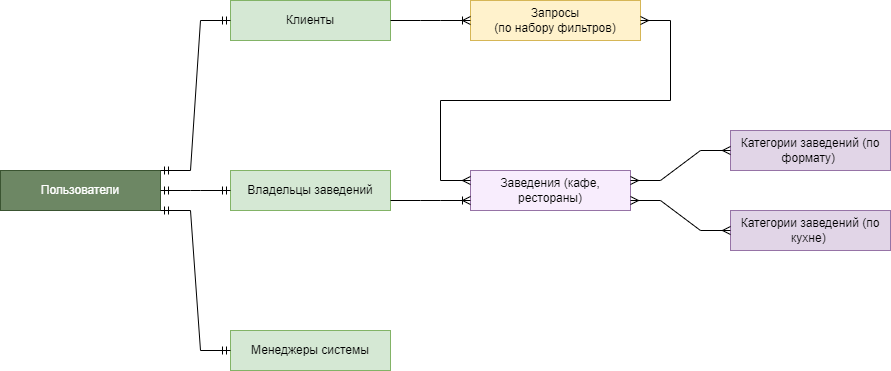
The draw.io diagram Диаграмма без названия.drawio.png in nastyakaraman/system-analysis, before a commit. Source tidied: cells renumbered, new cells last; positions are measured from the earlier drawing's top-left corner, leaving out a move shared by most shapes.
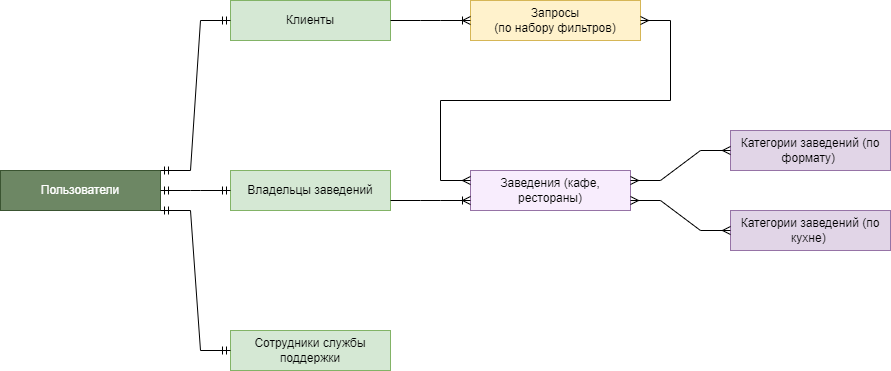
The same diagram one commit later.

Commit message:
Изменила название сущности "менеджеры системы" на "сотрудники службы поддержки".drawio.png

The edit, as a diff of the source:
```diff
@@ -20,7 +20,7 @@
     <mxCell id="7" value="Запросы&lt;br&gt;(по набору фильтров)" style="whiteSpace=wrap;html=1;align=center;fillColor=#fff2cc;strokeColor=#d6b656;" parent="1" vertex="1">
       <mxGeometry x="470" width="170" height="40" as="geometry" />
     </mxCell>
-    <mxCell id="8" value="Менеджеры системы" style="whiteSpace=wrap;html=1;align=center;fillColor=#d5e8d4;strokeColor=#82b366;" parent="1" vertex="1">
+    <mxCell id="8" value="Сотрудники службы поддержки" style="whiteSpace=wrap;html=1;align=center;fillColor=#d5e8d4;strokeColor=#82b366;" parent="1" vertex="1">
       <mxGeometry x="230" y="330" width="160" height="40" as="geometry" />
     </mxCell>
     <mxCell id="9" style="edgeStyle=entityRelationEdgeStyle;fontSize=12;html=1;endArrow=ERmany;startArrow=ERmany;rounded=0;exitX=1;exitY=0.25;exitDx=0;exitDy=0;exitPerimeter=0;entryX=0;entryY=0.5;entryDx=0;entryDy=0;" parent="1" edge="1" source="4" target="5">
```
